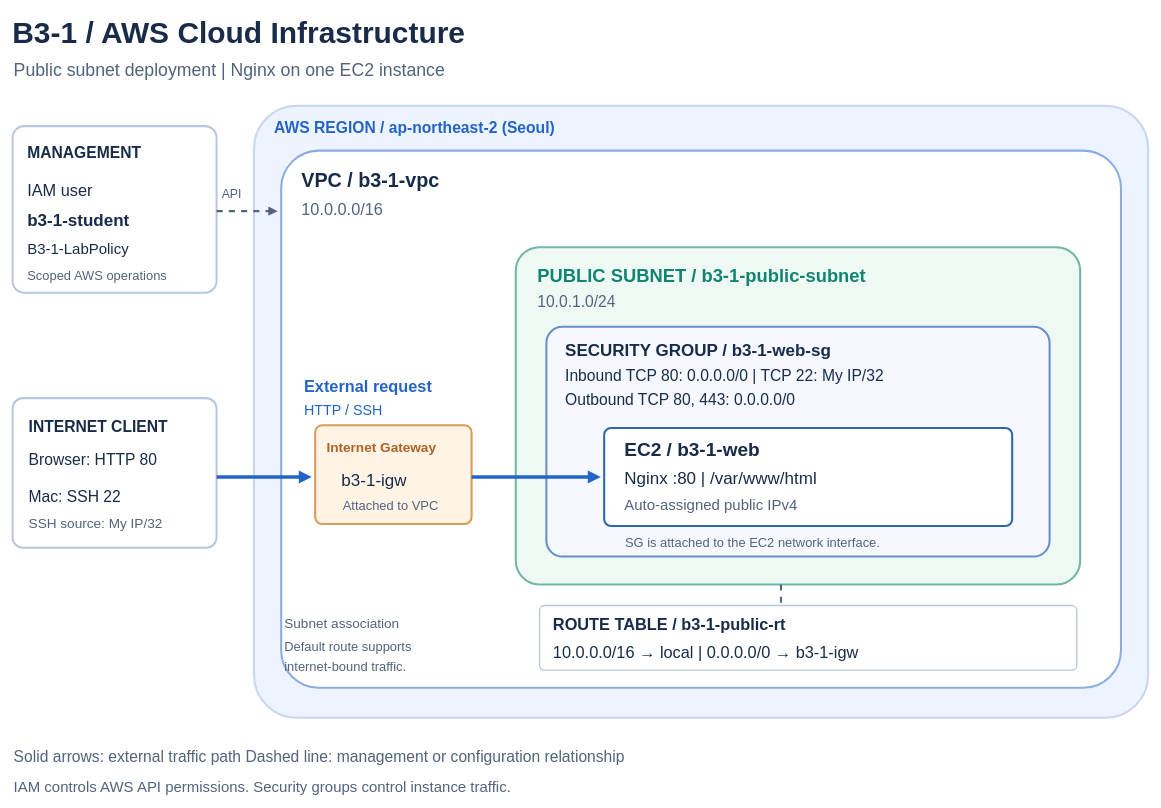
Earlier version of the draw.io diagram docs/architecture.drawio (dave17code/b3-1-aws-cloud-infra). Source tidied: cells renumbered, new cells numbered last; positions are measured from the earlier drawing's top-left corner, leaving out a move shared by most shapes. Both pictures are drawn from the tidied source at 68%, with x=0, y=0 at pixel (12, 12).
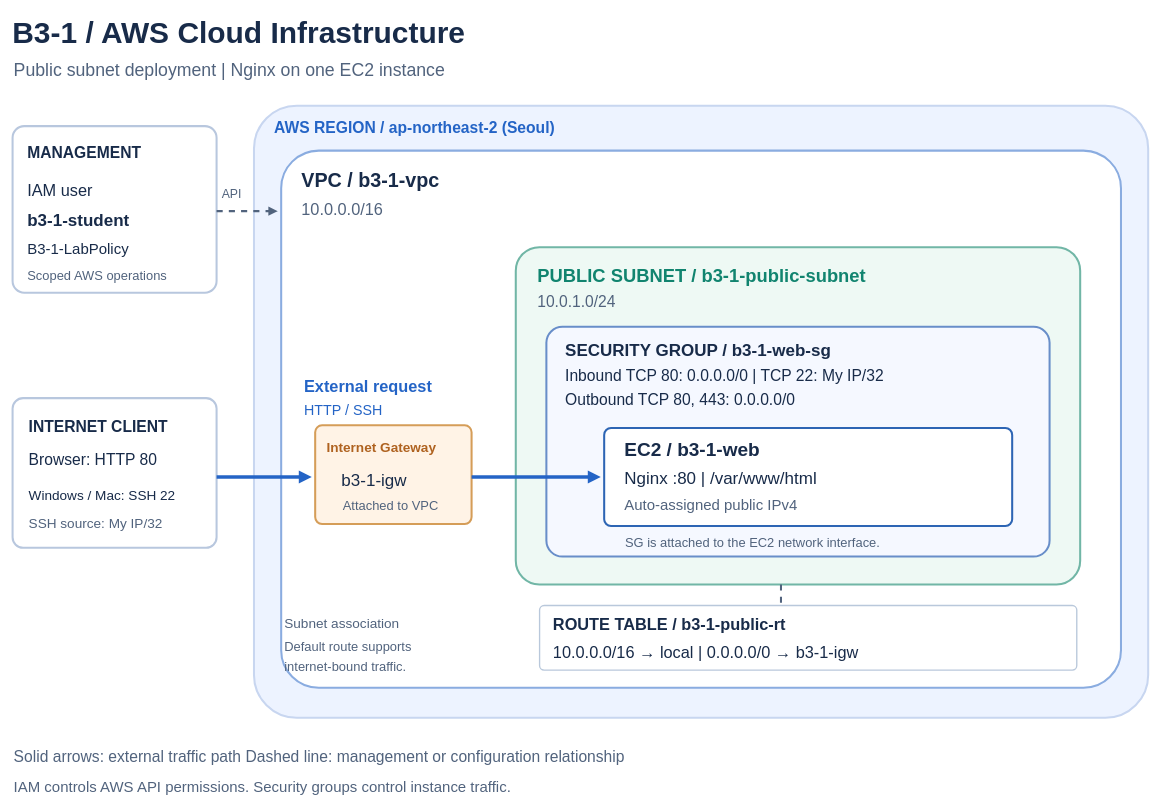
The same page after the edit.

Commit message (it also covers changes not shown here):
docs: show Windows and Mac SSH clients in architecture

The edit, as a diff of the source:
```diff
@@
-    <mxCell id="32" value="Mac: SSH 22" style="text;html=0;align=left;verticalAlign=top;whiteSpace=wrap;strokeColor=none;fillColor=none;fontFamily=Helvetica;fontSize=23;fontColor=#182B49;fontStyle=0;spacing=0;" parent="1" vertex="1">
-      <mxGeometry x="24" y="695" width="156.7" height="33.4" as="geometry" />
+    <mxCell id="32" value="Windows / Mac: SSH 22" style="text;html=0;align=left;verticalAlign=top;whiteSpace=wrap;strokeColor=none;fillColor=none;fontFamily=Helvetica;fontSize=20;fontColor=#182B49;fontStyle=0;spacing=0;" parent="1" vertex="1">
+      <mxGeometry x="24" y="695" width="252" height="29" as="geometry" />
     </mxCell>
```
